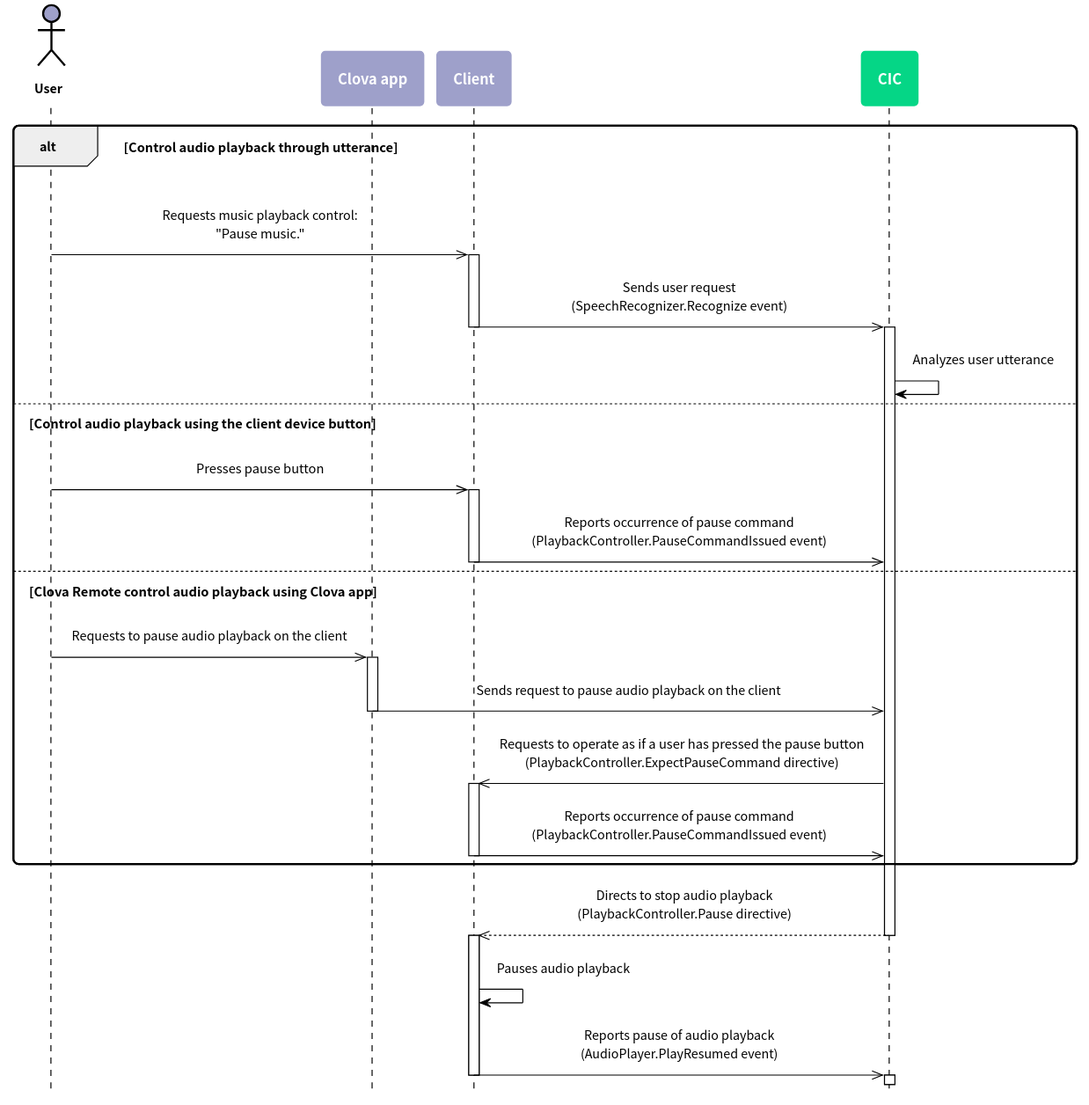
Before: en-KR/Develop/Assets/Images/CIC_Audio_Playback_Control_Flow.svg, a diagram exported from PlantUML (muchokwon/clova-client-developer-guide).
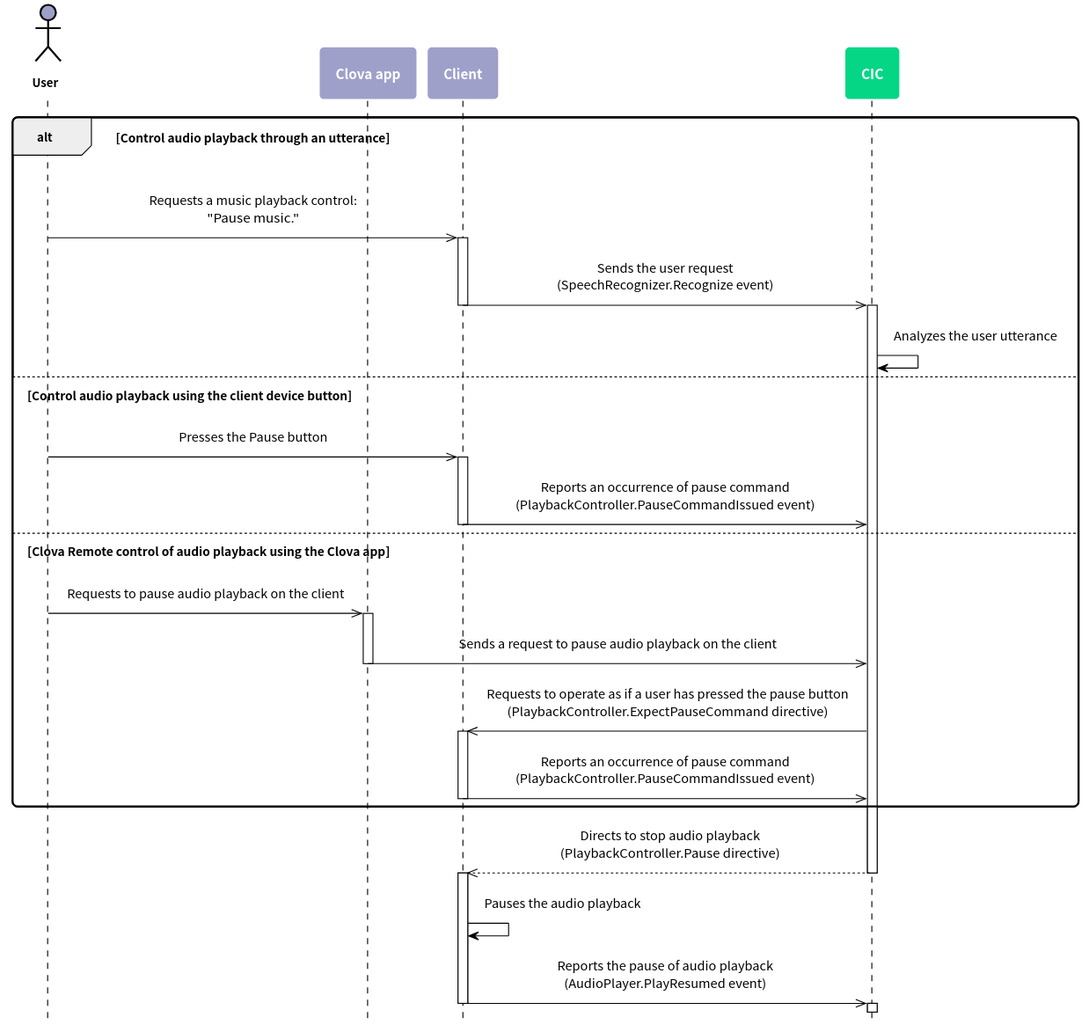
After the commit.

Change to the diagram source:
```diff
@@ -54,37 +54,37 @@
 participant Client as client #9EA0CA
 participant CIC as cic #05D686
 
-alt Control audio playback through utterance
+alt Control audio playback through an utterance
 
-  user ->> client : Requests music playback control:\n"Pause music."
+  user ->> client : Requests a music playback control:\n"Pause music."
 
   activate client
 
-    client ->> cic : Sends user request\n(SpeechRecognizer.Recognize event)
+    client ->> cic : Sends the user request\n(SpeechRecognizer.Recognize event)
 
   deactivate client
 
   activate cic
 
-    cic -> cic : Analyzes user utterance
+    cic -> cic : Analyzes the user utterance
 
 else Control audio playback using the client device button
 
-  user ->> client : Presses pause button
+  user ->> client : Presses the Pause button
 
   activate client
 
-    client ->> cic : Reports occurrence of pause command\n(PlaybackController.PauseCommandIssued event)
+    client ->> cic : Reports an occurrence of pause command\n(PlaybackController.PauseCommandIssued event)
 
   deactivate client
 
-else Clova Remote control audio playback using Clova app
+else Clova Remote control of audio playback using the Clova app
 
   user ->> app : Requests to pause audio playback on the client
 
   activate app
 
-    app ->> cic : Sends request to pause audio playback on the client
+    app ->> cic : Sends a request to pause audio playback on the client
 
   deactivate app
 
@@ -92,7 +92,7 @@
 
   activate client
 
-    client ->> cic : Reports occurrence of pause command\n(PlaybackController.PauseCommandIssued event)
+    client ->> cic : Reports an occurrence of pause command\n(PlaybackController.PauseCommandIssued event)
 
   deactivate client
 
@@ -107,8 +107,8 @@
 
 activate client
 
-  client -> client : Pauses audio playback
-  client ->> cic : Reports pause of audio playback\n(AudioPlayer.PlayResumed event)
+  client -> client : Pauses the audio playback
+  client ->> cic : Reports the pause of audio playback\n(AudioPlayer.PlayResumed event)
 
 deactivate client
 
```
